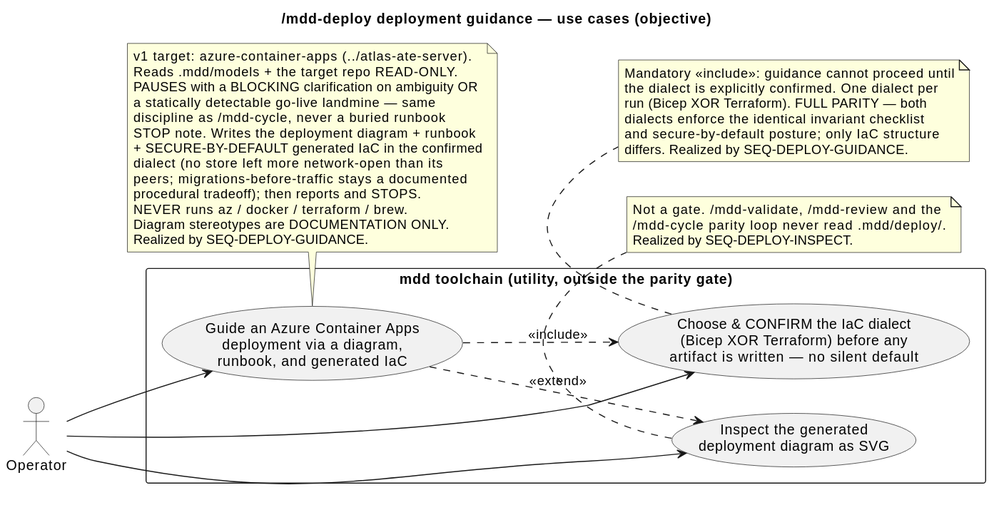
Above: .mdd/rendered/models/objective/use-cases/deploy-guidance.svg in cthadeufaria/model-driven-development (PlantUML), before the change.
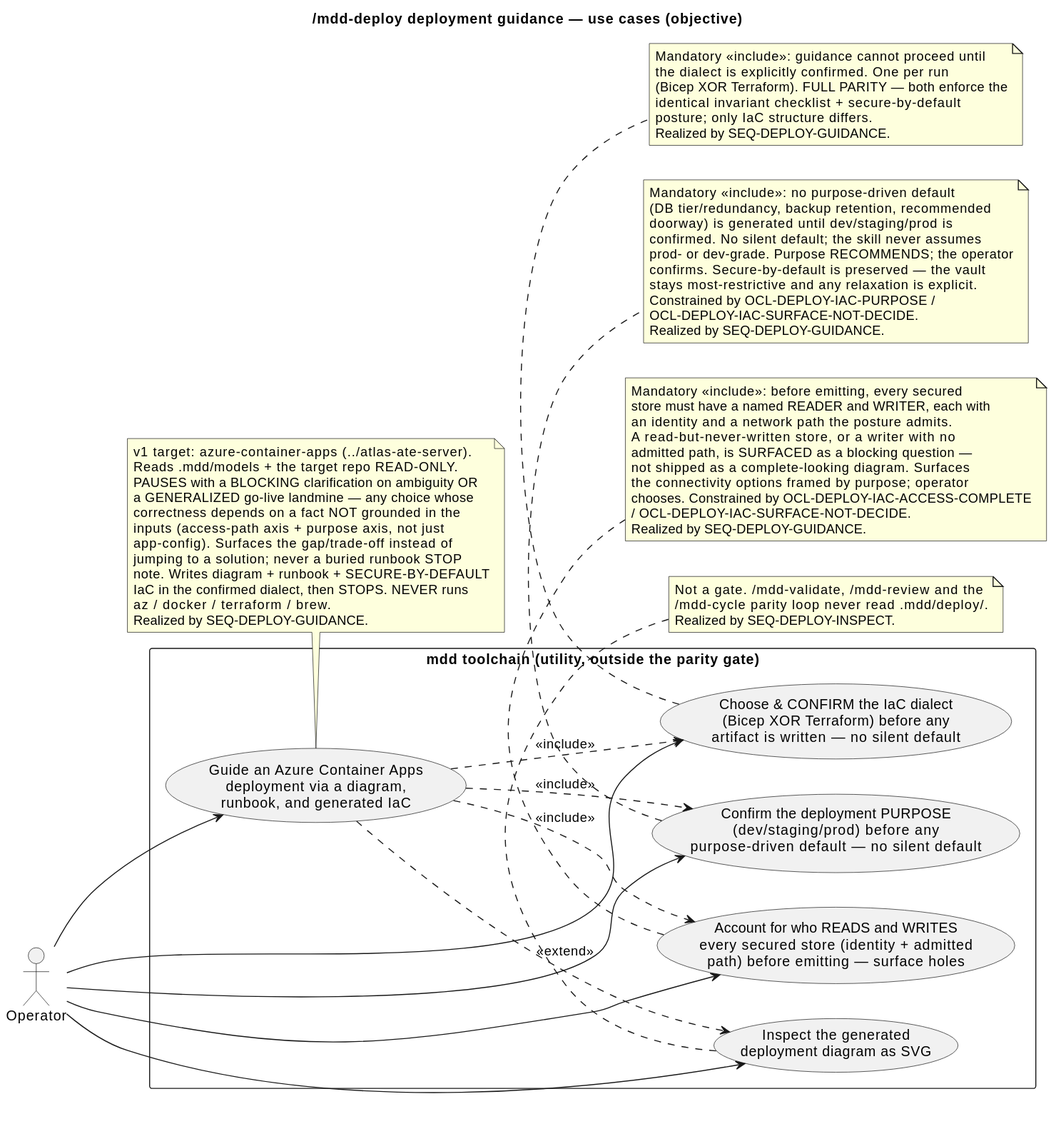
After the change.

Diff of the diagram source:
```diff
@@ -8,39 +8,70 @@
 rectangle "mdd toolchain (utility, outside the parity gate)" {
   usecase "Guide an Azure Container Apps\ndeployment via a diagram,\nrunbook, and generated IaC" as Guide
   usecase "Choose & CONFIRM the IaC dialect\n(Bicep XOR Terraform) before any\nartifact is written — no silent default" as Dialect
+  usecase "Confirm the deployment PURPOSE\n(dev/staging/prod) before any\npurpose-driven default — no silent default" as Purpose
+  usecase "Account for who READS and WRITES\nevery secured store (identity + admitted\npath) before emitting — surface holes" as AccessCheck
   usecase "Inspect the generated\ndeployment diagram as SVG" as Inspect
 }
 
 Op --> Guide
 Op --> Dialect
+Op --> Purpose
+Op --> AccessCheck
 Op --> Inspect
 
 Guide ..> Dialect : <<include>>
+Guide ..> Purpose : <<include>>
+Guide ..> AccessCheck : <<include>>
 Guide ..> Inspect : <<extend>>
 
 note bottom of Guide
   v1 target: azure-container-apps (../atlas-ate-server).
   Reads .mdd/models + the target repo READ-ONLY.
   PAUSES with a BLOCKING clarification on ambiguity OR
-  a statically detectable go-live landmine — same
-  discipline as /mdd-cycle, never a buried runbook
-  STOP note. Writes the deployment diagram + runbook
-  + SECURE-BY-DEFAULT generated IaC in the confirmed
-  dialect (no store left more network-open than its
-  peers; migrations-before-traffic stays a documented
-  procedural tradeoff); then reports and STOPS.
-  NEVER runs az / docker / terraform / brew.
-  Diagram stereotypes are DOCUMENTATION ONLY.
+  a GENERALIZED go-live landmine — any choice whose
+  correctness depends on a fact NOT grounded in the
+  inputs (access-path axis + purpose axis, not just
+  app-config). Surfaces the gap/trade-off instead of
+  jumping to a solution; never a buried runbook STOP
+  note. Writes diagram + runbook + SECURE-BY-DEFAULT
+  IaC in the confirmed dialect, then STOPS. NEVER runs
+  az / docker / terraform / brew.
   Realized by SEQ-DEPLOY-GUIDANCE.
 end note
 
 note bottom of Dialect
   Mandatory <<include>>: guidance cannot proceed until
-  the dialect is explicitly confirmed. One dialect per
-  run (Bicep XOR Terraform). FULL PARITY — both
-  dialects enforce the identical invariant checklist
-  and secure-by-default posture; only IaC structure
-  differs. Realized by SEQ-DEPLOY-GUIDANCE.
+  the dialect is explicitly confirmed. One per run
+  (Bicep XOR Terraform). FULL PARITY — both enforce the
+  identical invariant checklist + secure-by-default
+  posture; only IaC structure differs.
+  Realized by SEQ-DEPLOY-GUIDANCE.
+end note
+
+note bottom of Purpose
+  Mandatory <<include>>: no purpose-driven default
+  (DB tier/redundancy, backup retention, recommended
+  doorway) is generated until dev/staging/prod is
+  confirmed. No silent default; the skill never assumes
+  prod- or dev-grade. Purpose RECOMMENDS; the operator
+  confirms. Secure-by-default is preserved — the vault
+  stays most-restrictive and any relaxation is explicit.
+  Constrained by OCL-DEPLOY-IAC-PURPOSE /
+  OCL-DEPLOY-IAC-SURFACE-NOT-DECIDE.
+  Realized by SEQ-DEPLOY-GUIDANCE.
+end note
+
+note bottom of AccessCheck
+  Mandatory <<include>>: before emitting, every secured
+  store must have a named READER and WRITER, each with
+  an identity and a network path the posture admits.
+  A read-but-never-written store, or a writer with no
+  admitted path, is SURFACED as a blocking question —
+  not shipped as a complete-looking diagram. Surfaces
+  the connectivity options framed by purpose; operator
+  chooses. Constrained by OCL-DEPLOY-IAC-ACCESS-COMPLETE
+  / OCL-DEPLOY-IAC-SURFACE-NOT-DECIDE.
+  Realized by SEQ-DEPLOY-GUIDANCE.
 end note
 
 note bottom of Inspect
```
